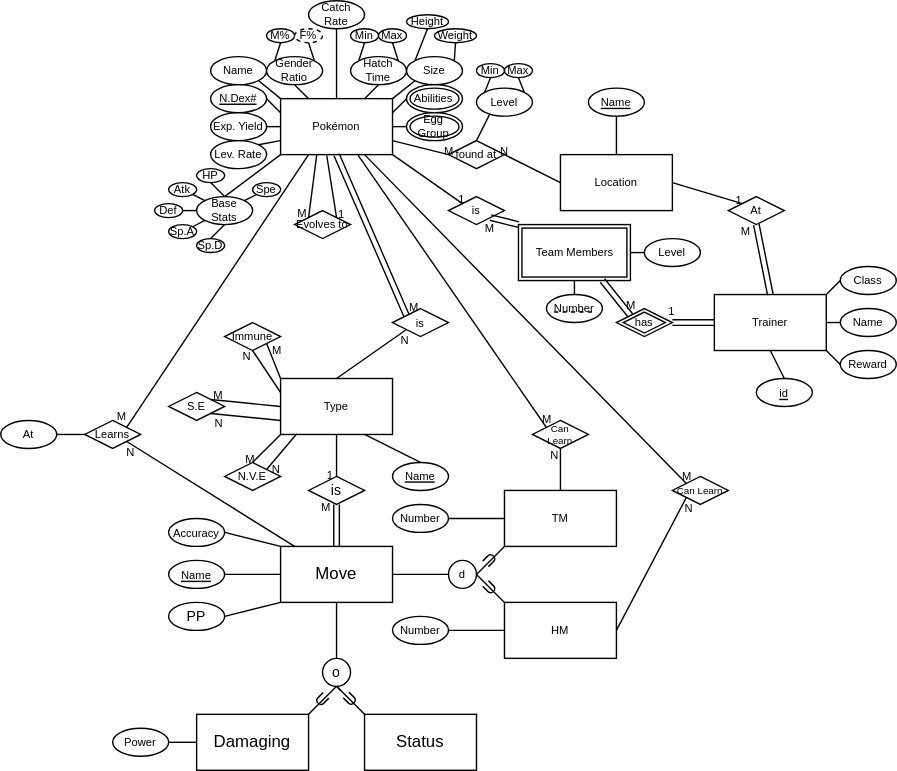
Above: EER.svg in JacobJanzen/J5-Pocket-Monsters-Database (draw.io), before the change. Source tidied: cells renumbered, new cells last; positions are measured from the earlier drawing's top-left corner, leaving out a move shared by most shapes.
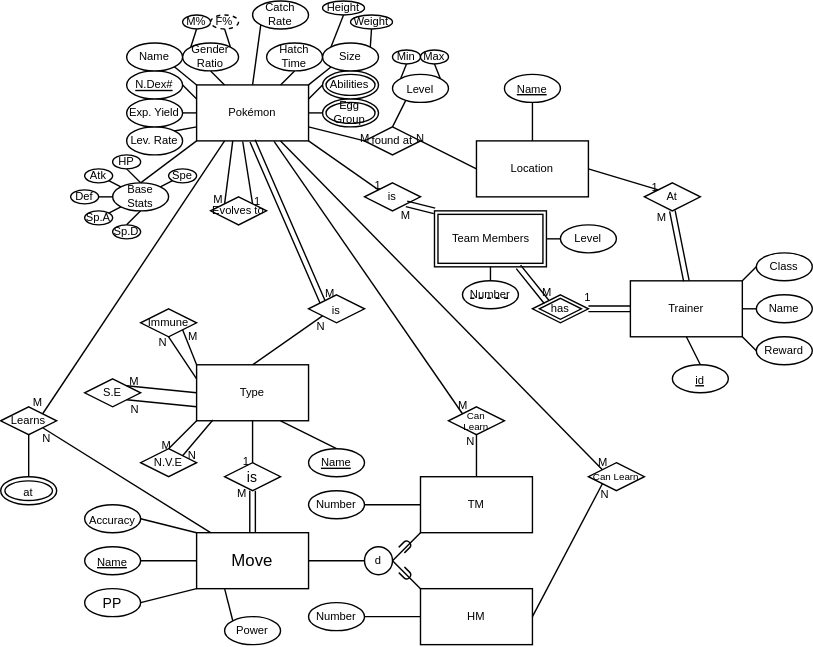
The same file after the commit.

The edit, as a diff of the source:
```diff
@@ -14,9 +14,6 @@
     <mxCell id="5" style="ellipse;whiteSpace=wrap;html=1;hachureGap=4;fontSize=8;" parent="1" vertex="1">
       <mxGeometry x="290" y="60" width="40" height="20" as="geometry" />
     </mxCell>
-    <mxCell id="6" value="U" style="text;html=1;align=center;verticalAlign=middle;points=[];strokeColor=none;fillColor=none;rotation=-45;" parent="1" vertex="1">
-      <mxGeometry x="240" y="490" width="20" height="20" as="geometry" />
-    </mxCell>
     <mxCell id="7" value="Move" style="rounded=0;whiteSpace=wrap;html=1;hachureGap=4;" parent="1" vertex="1">
       <mxGeometry x="200" y="390" width="80" height="40" as="geometry" />
     </mxCell>
@@ -44,37 +41,6 @@
     <mxCell id="13" value="&lt;font size=&quot;1&quot;&gt;PP&lt;/font&gt;" style="ellipse;whiteSpace=wrap;html=1;hachureGap=4;" parent="1" vertex="1">
       <mxGeometry x="120" y="430" width="40" height="20" as="geometry" />
     </mxCell>
-    <mxCell id="14" style="endArrow=none;html=1;startSize=14;endSize=14;sourcePerimeterSpacing=8;targetPerimeterSpacing=8;exitX=0.5;exitY=1;exitDx=0;exitDy=0;" parent="1" edge="1" source="7">
-      <mxGeometry relative="1" as="geometry">
-        <mxPoint x="240" y="470" as="targetPoint" />
-      </mxGeometry>
-    </mxCell>
-    <mxCell id="15" value="&lt;font size=&quot;1&quot;&gt;o&lt;/font&gt;" style="ellipse;whiteSpace=wrap;html=1;hachureGap=4;" parent="1" vertex="1">
-      <mxGeometry x="230" y="470" width="20" height="20" as="geometry" />
-    </mxCell>
-    <mxCell id="16" style="endArrow=none;html=1;startSize=14;endSize=14;sourcePerimeterSpacing=8;targetPerimeterSpacing=8;entryX=0.5;entryY=1;entryDx=0;entryDy=0;" parent="1" edge="1" target="15">
-      <mxGeometry relative="1" as="geometry">
-        <mxPoint x="220" y="510" as="sourcePoint" />
-      </mxGeometry>
-    </mxCell>
-    <mxCell id="17" style="endArrow=none;html=1;startSize=14;endSize=14;targetPerimeterSpacing=8;startArrow=none;" parent="1" edge="1">
-      <mxGeometry relative="1" as="geometry">
-        <mxPoint x="240" y="490" as="sourcePoint" />
-        <mxPoint x="260" y="510" as="targetPoint" />
-      </mxGeometry>
-    </mxCell>
-    <mxCell id="18" value="Damaging" style="rounded=0;whiteSpace=wrap;html=1;hachureGap=4;" parent="1" vertex="1">
-      <mxGeometry x="140" y="510" width="80" height="40" as="geometry" />
-    </mxCell>
-    <mxCell id="19" value="Status" style="rounded=0;whiteSpace=wrap;html=1;hachureGap=4;" parent="1" vertex="1">
-      <mxGeometry x="260" y="510" width="80" height="40" as="geometry" />
-    </mxCell>
-    <mxCell id="20" value="U" style="text;html=1;strokeColor=none;fillColor=none;align=center;verticalAlign=middle;whiteSpace=wrap;rounded=0;hachureGap=4;rotation=45;" parent="1" vertex="1">
-      <mxGeometry x="210" y="490" width="40" height="20" as="geometry" />
-    </mxCell>
-    <mxCell id="21" style="endArrow=none;html=1;startSize=14;endSize=14;sourcePerimeterSpacing=8;exitX=0.5;exitY=1;exitDx=0;exitDy=0;" parent="1" edge="1" source="15" target="6">
-      <mxGeometry relative="1" as="geometry" />
-    </mxCell>
     <mxCell id="22" value="&lt;font size=&quot;1&quot;&gt;is&lt;/font&gt;" style="rhombus;whiteSpace=wrap;html=1;hachureGap=4;" parent="1" vertex="1">
       <mxGeometry x="220" y="340" width="40" height="20" as="geometry" />
     </mxCell>
@@ -211,17 +177,11 @@
       <mxGeometry x="60" y="300" width="40" height="20" as="geometry" />
     </mxCell>
     <mxCell id="58" value="Power" style="ellipse;whiteSpace=wrap;html=1;hachureGap=4;fontSize=8;" parent="1" vertex="1">
-      <mxGeometry x="80" y="520" width="40" height="20" as="geometry" />
+      <mxGeometry x="220" y="450" width="40" height="20" as="geometry" />
     </mxCell>
-    <mxCell id="59" style="endArrow=none;html=1;fontSize=8;startSize=14;endSize=14;sourcePerimeterSpacing=8;targetPerimeterSpacing=8;exitX=0;exitY=0.5;exitDx=0;exitDy=0;entryX=1;entryY=0.5;entryDx=0;entryDy=0;" parent="1" edge="1" source="18" target="58">
+    <mxCell id="59" style="endArrow=none;html=1;fontSize=8;startSize=14;endSize=14;sourcePerimeterSpacing=8;targetPerimeterSpacing=8;exitX=0.25;exitY=1;exitDx=0;exitDy=0;entryX=0;entryY=0;entryDx=0;entryDy=0;" parent="1" edge="1" source="7" target="58">
       <mxGeometry relative="1" as="geometry" />
     </mxCell>
-    <mxCell id="60" value="At" style="ellipse;whiteSpace=wrap;html=1;hachureGap=4;fontSize=8;" parent="1" vertex="1">
-      <mxGeometry y="300" width="40" height="20" as="geometry" />
-    </mxCell>
-    <mxCell id="61" style="endArrow=none;html=1;fontSize=8;startSize=14;endSize=14;sourcePerimeterSpacing=8;targetPerimeterSpacing=8;entryX=0;entryY=0.5;entryDx=0;entryDy=0;exitX=1;exitY=0.5;exitDx=0;exitDy=0;" parent="1" edge="1" source="60" target="57">
-      <mxGeometry relative="1" as="geometry" />
-    </mxCell>
     <mxCell id="62" style="endArrow=none;html=1;rounded=0;startSize=14;endSize=14;sourcePerimeterSpacing=8;targetPerimeterSpacing=8;fontSize=8;exitX=0.125;exitY=0;exitDx=0;exitDy=0;exitPerimeter=0;entryX=1;entryY=1;entryDx=0;entryDy=0;" parent="1" edge="1" source="7" target="57">
       <mxGeometry relative="1" as="geometry" />
     </mxCell>
@@ -356,12 +316,10 @@
       <mxGeometry relative="1" as="geometry" />
     </mxCell>
     <mxCell id="103" value="Catch Rate" style="ellipse;whiteSpace=wrap;html=1;hachureGap=4;fontSize=8;" parent="1" vertex="1">
-      <mxGeometry x="220" width="40" height="20" as="geometry" />
+      <mxGeometry x="240" y="10" width="40" height="20" as="geometry" />
     </mxCell>
-    <mxCell id="104" style="endArrow=none;html=1;fontSize=8;startSize=14;endSize=14;sourcePerimeterSpacing=8;targetPerimeterSpacing=8;exitX=0.5;exitY=0;exitDx=0;exitDy=0;" parent="1" edge="1" source="68">
-      <mxGeometry relative="1" as="geometry">
-        <mxPoint x="240" y="20" as="targetPoint" />
-      </mxGeometry>
+    <mxCell id="104" style="endArrow=none;html=1;fontSize=8;startSize=14;endSize=14;sourcePerimeterSpacing=8;targetPerimeterSpacing=8;exitX=0.5;exitY=0;exitDx=0;exitDy=0;entryX=0;entryY=1;entryDx=0;entryDy=0;" parent="1" edge="1" source="68" target="103">
+      <mxGeometry relative="1" as="geometry" />
     </mxCell>
     <mxCell id="105" value="Hatch Time" style="ellipse;whiteSpace=wrap;html=1;hachureGap=4;fontSize=8;" parent="1" vertex="1">
       <mxGeometry x="250" y="40" width="40" height="20" as="geometry" />
@@ -369,18 +327,6 @@
     <mxCell id="106" style="endArrow=none;html=1;fontSize=8;startSize=14;endSize=14;sourcePerimeterSpacing=8;targetPerimeterSpacing=8;exitX=0.75;exitY=0;exitDx=0;exitDy=0;entryX=0.5;entryY=1;entryDx=0;entryDy=0;" parent="1" edge="1" source="68" target="105">
       <mxGeometry relative="1" as="geometry" />
     </mxCell>
-    <mxCell id="107" value="Min" style="ellipse;whiteSpace=wrap;html=1;hachureGap=4;fontSize=8;" parent="1" vertex="1">
-      <mxGeometry x="250" y="20" width="20" height="10" as="geometry" />
-    </mxCell>
-    <mxCell id="108" value="Max" style="ellipse;whiteSpace=wrap;html=1;hachureGap=4;fontSize=8;" parent="1" vertex="1">
-      <mxGeometry x="270" y="20" width="20" height="10" as="geometry" />
-    </mxCell>
-    <mxCell id="109" style="endArrow=none;html=1;fontSize=8;startSize=14;endSize=14;sourcePerimeterSpacing=8;targetPerimeterSpacing=8;exitX=0;exitY=0;exitDx=0;exitDy=0;entryX=0.5;entryY=1;entryDx=0;entryDy=0;" parent="1" edge="1" source="105" target="107">
-      <mxGeometry relative="1" as="geometry" />
-    </mxCell>
-    <mxCell id="110" style="endArrow=none;html=1;fontSize=8;startSize=14;endSize=14;sourcePerimeterSpacing=8;targetPerimeterSpacing=8;exitX=1;exitY=0;exitDx=0;exitDy=0;entryX=0.5;entryY=1;entryDx=0;entryDy=0;" parent="1" edge="1" source="105" target="108">
-      <mxGeometry relative="1" as="geometry" />
-    </mxCell>
     <mxCell id="111" value="Size" style="ellipse;whiteSpace=wrap;html=1;hachureGap=4;fontSize=8;" parent="1" vertex="1">
       <mxGeometry x="290" y="40" width="40" height="20" as="geometry" />
     </mxCell>
@@ -614,5 +560,11 @@
     <mxCell id="176" style="endArrow=none;html=1;fontSize=8;startSize=14;endSize=14;sourcePerimeterSpacing=8;targetPerimeterSpacing=8;exitX=0.5;exitY=1;exitDx=0;exitDy=0;entryX=0.5;entryY=0;entryDx=0;entryDy=0;" parent="1" edge="1" source="141" target="175">
       <mxGeometry relative="1" as="geometry" />
     </mxCell>
+    <mxCell id="177" value="&lt;font style=&quot;font-size: 8px&quot;&gt;at&lt;/font&gt;" style="ellipse;shape=doubleEllipse;margin=3;whiteSpace=wrap;html=1;align=center;" parent="1" vertex="1">
+      <mxGeometry x="60" y="350" width="40" height="20" as="geometry" />
+    </mxCell>
+    <mxCell id="178" style="endArrow=none;html=1;rounded=0;startSize=14;endSize=14;sourcePerimeterSpacing=8;targetPerimeterSpacing=8;fontSize=8;exitX=0.5;exitY=0;exitDx=0;exitDy=0;entryX=0.5;entryY=1;entryDx=0;entryDy=0;" parent="1" edge="1" source="177" target="57">
+      <mxGeometry relative="1" as="geometry" />
+    </mxCell>
   </root>
 </mxGraphModel>
```
